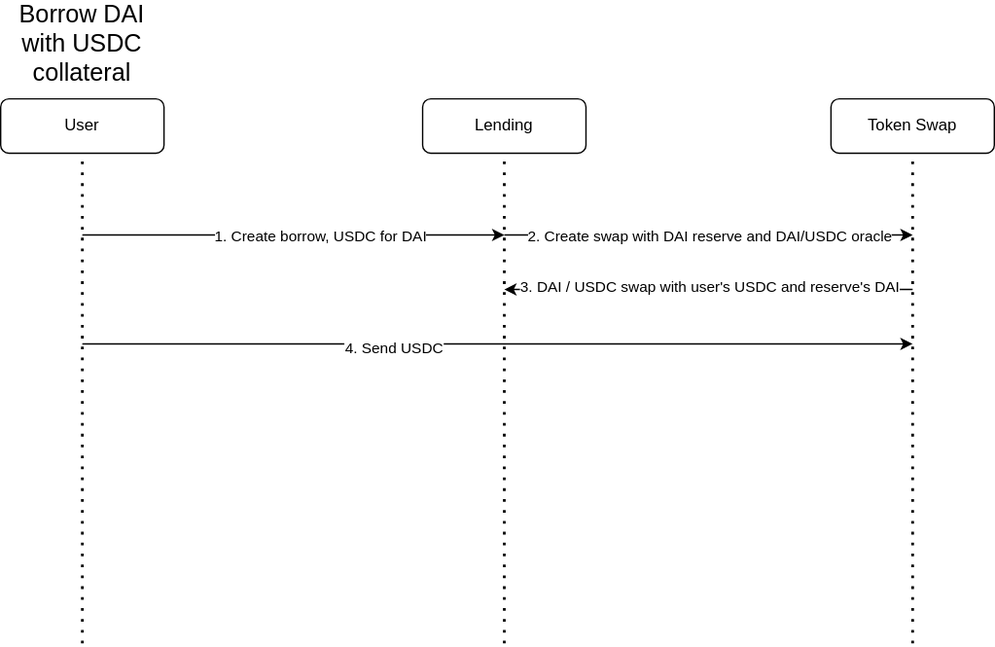
scoobaroo/solana-program-library keeps this draw.io diagram as token-lending/spl-lending.svg. Above is the earlier version. Source tidied: cells renumbered, new cells last; positions are measured from the earlier drawing's top-left corner, leaving out a move shared by most shapes.
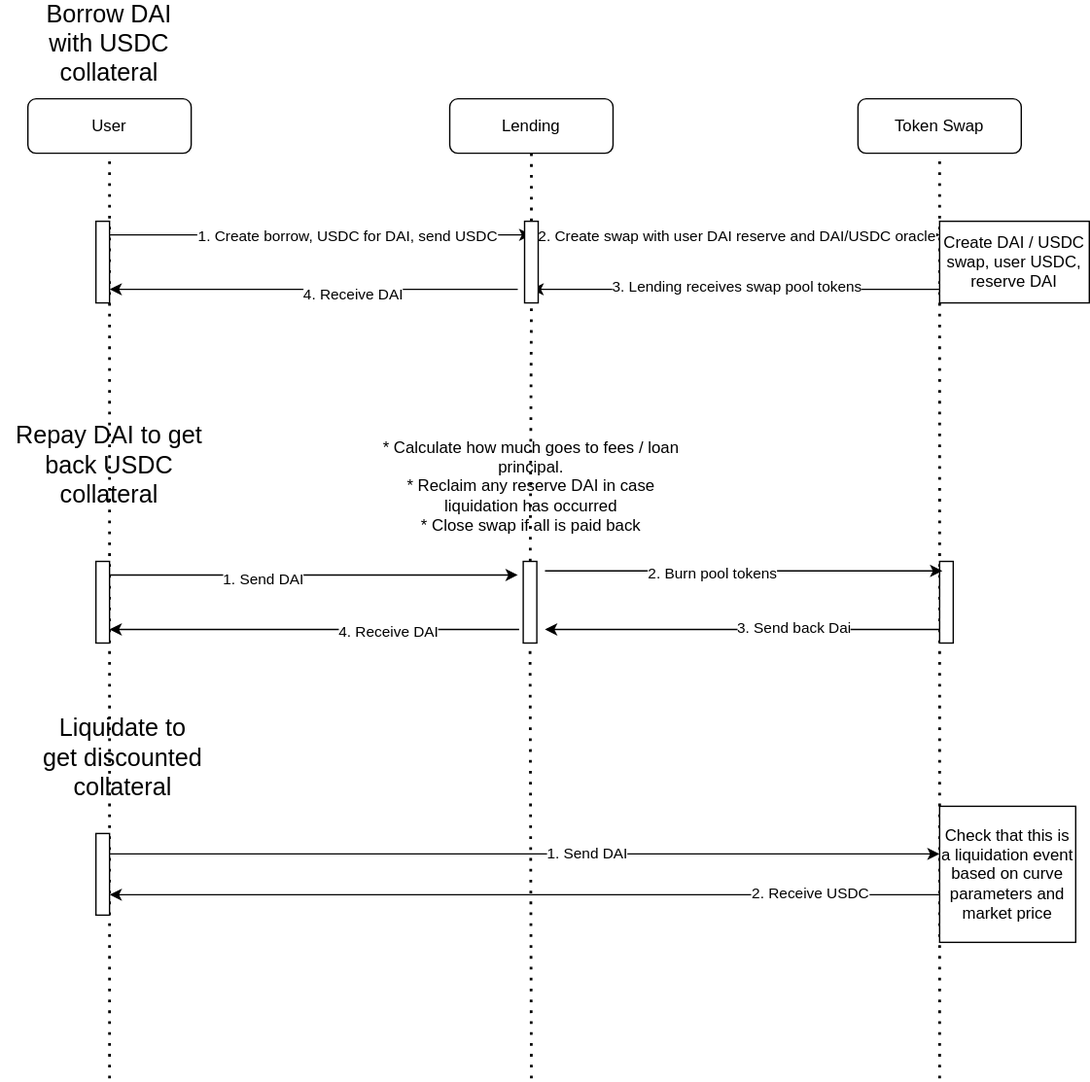
The same file after the commit.

Diff of the diagram source:
```diff
@@ -8,7 +8,7 @@
         <mxPoint x="370" y="160" as="targetPoint" />
       </mxGeometry>
     </mxCell>
-    <mxCell id="3" value="1. Create borrow, USDC for DAI" style="edgeLabel;html=1;align=center;verticalAlign=middle;" parent="2" vertex="1">
+    <mxCell id="3" value="1. Create borrow, USDC for DAI, send USDC" style="edgeLabel;html=1;align=center;verticalAlign=middle;" parent="2" vertex="1">
       <mxGeometry x="0.25" y="2" relative="1" as="geometry">
         <mxPoint x="-20" y="2" as="offset" />
       </mxGeometry>
@@ -31,18 +31,18 @@
         <mxPoint x="670" y="160" as="targetPoint" />
       </mxGeometry>
     </mxCell>
-    <mxCell id="9" value="2. Create swap with DAI reserve and DAI/USDC oracle " style="edgeLabel;html=1;align=center;verticalAlign=middle;" parent="8" vertex="1">
+    <mxCell id="9" value="2. Create swap with user DAI reserve and DAI/USDC oracle " style="edgeLabel;html=1;align=center;verticalAlign=middle;" parent="8" vertex="1">
       <mxGeometry x="-0.3" y="1" relative="1" as="geometry">
         <mxPoint x="45" y="1" as="offset" />
       </mxGeometry>
     </mxCell>
     <mxCell id="10" style="edgeStyle=orthogonalEdgeStyle;rounded=0;orthogonalLoop=1;jettySize=auto;html=1;" parent="1" edge="1">
       <mxGeometry relative="1" as="geometry">
-        <mxPoint x="60" y="240" as="sourcePoint" />
-        <mxPoint x="670" y="240" as="targetPoint" />
+        <mxPoint x="60" y="410" as="sourcePoint" />
+        <mxPoint x="360" y="410" as="targetPoint" />
       </mxGeometry>
     </mxCell>
-    <mxCell id="11" value="4. Send USDC" style="edgeLabel;html=1;align=center;verticalAlign=middle;" parent="10" vertex="1">
+    <mxCell id="11" value="1. Send DAI" style="edgeLabel;html=1;align=center;verticalAlign=middle;" parent="10" vertex="1">
       <mxGeometry x="-0.25" y="-2" relative="1" as="geometry" />
     </mxCell>
     <mxCell id="12" style="endArrow=classic;html=1;" parent="1" edge="1">
@@ -51,25 +51,116 @@
         <mxPoint x="370" y="200" as="targetPoint" />
       </mxGeometry>
     </mxCell>
-    <mxCell id="13" value="3. DAI / USDC swap with user's USDC and reserve's DAI" style="edgeLabel;html=1;align=center;verticalAlign=middle;" parent="12" vertex="1">
+    <mxCell id="13" value="3. Lending receives swap pool tokens" style="edgeLabel;html=1;align=center;verticalAlign=middle;" parent="12" vertex="1">
       <mxGeometry x="0.34" y="-3" relative="1" as="geometry">
         <mxPoint x="51" as="offset" />
       </mxGeometry>
     </mxCell>
     <mxCell id="14" style="endArrow=none;dashed=1;html=1;dashPattern=1 3;strokeWidth=2;entryX=0.5;entryY=1;entryDx=0;entryDy=0;" parent="1" edge="1" target="4">
       <mxGeometry relative="1" as="geometry">
-        <mxPoint x="60" y="460" as="sourcePoint" />
+        <mxPoint x="60" y="780" as="sourcePoint" />
       </mxGeometry>
     </mxCell>
-    <mxCell id="15" style="endArrow=none;dashed=1;html=1;dashPattern=1 3;strokeWidth=2;entryX=0.5;entryY=1;entryDx=0;entryDy=0;" parent="1" edge="1" target="5">
-      <mxGeometry relative="1" as="geometry">
-        <mxPoint x="370" y="460" as="sourcePoint" />
-      </mxGeometry>
+    <mxCell id="15" style="endArrow=none;dashed=1;html=1;dashPattern=1 3;strokeWidth=2;entryX=0.5;entryY=1;entryDx=0;entryDy=0;" parent="1" edge="1" source="24" target="5">
+      <mxGeometry relative="1" as="geometry" />
     </mxCell>
     <mxCell id="16" style="endArrow=none;dashed=1;html=1;dashPattern=1 3;strokeWidth=2;entryX=0.5;entryY=1;entryDx=0;entryDy=0;" parent="1" edge="1" target="6">
       <mxGeometry relative="1" as="geometry">
-        <mxPoint x="670" y="460" as="sourcePoint" />
+        <mxPoint x="670" y="780" as="sourcePoint" />
       </mxGeometry>
     </mxCell>
+    <mxCell id="17" style="endArrow=classic;html=1;" parent="1" edge="1">
+      <mxGeometry relative="1" as="geometry">
+        <mxPoint x="360" y="200" as="sourcePoint" />
+        <mxPoint x="60" y="200" as="targetPoint" />
+      </mxGeometry>
+    </mxCell>
+    <mxCell id="18" value="4. Receive DAI" style="edgeLabel;html=1;align=center;verticalAlign=middle;" parent="17" vertex="1">
+      <mxGeometry x="-0.19" y="3" relative="1" as="geometry" />
+    </mxCell>
+    <mxCell id="19" style="edgeStyle=orthogonalEdgeStyle;rounded=0;orthogonalLoop=1;jettySize=auto;html=1;" parent="1" edge="1">
+      <mxGeometry relative="1" as="geometry">
+        <mxPoint x="670" y="450" as="sourcePoint" />
+        <mxPoint x="380" y="450" as="targetPoint" />
+      </mxGeometry>
+    </mxCell>
+    <mxCell id="20" value="3. Send back Dai" style="edgeLabel;html=1;align=center;verticalAlign=middle;" parent="19" vertex="1">
+      <mxGeometry x="-0.25" y="-2" relative="1" as="geometry" />
+    </mxCell>
+    <mxCell id="21" style="rounded=0;whiteSpace=wrap;html=1;" parent="1" vertex="1">
+      <mxGeometry x="50" y="150" width="10" height="60" as="geometry" />
+    </mxCell>
+    <mxCell id="22" style="rounded=0;whiteSpace=wrap;html=1;" parent="1" vertex="1">
+      <mxGeometry x="50" y="400" width="10" height="60" as="geometry" />
+    </mxCell>
+    <mxCell id="23" value="Create DAI / USDC swap, user USDC, reserve DAI" style="rounded=0;whiteSpace=wrap;html=1;" parent="1" vertex="1">
+      <mxGeometry x="670" y="150" width="110" height="60" as="geometry" />
+    </mxCell>
+    <mxCell id="24" style="rounded=0;whiteSpace=wrap;html=1;" parent="1" vertex="1">
+      <mxGeometry x="365" y="150" width="10" height="60" as="geometry" />
+    </mxCell>
+    <mxCell id="25" style="endArrow=none;dashed=1;html=1;dashPattern=1 3;strokeWidth=2;entryX=0.5;entryY=1;entryDx=0;entryDy=0;" parent="1" edge="1" source="28" target="24">
+      <mxGeometry relative="1" as="geometry" />
+    </mxCell>
+    <mxCell id="26" style="rounded=0;whiteSpace=wrap;html=1;" parent="1" vertex="1">
+      <mxGeometry x="670" y="400" width="10" height="60" as="geometry" />
+    </mxCell>
+    <mxCell id="27" value="&lt;font style=&quot;font-size: 18px&quot;&gt;Repay DAI to get back USDC collateral&lt;br&gt;&lt;/font&gt;" style="text;html=1;strokeColor=none;fillColor=none;align=center;verticalAlign=middle;whiteSpace=wrap;rounded=0;" parent="1" vertex="1">
+      <mxGeometry x="-20" y="310" width="160" height="40" as="geometry" />
+    </mxCell>
+    <mxCell id="28" style="rounded=0;whiteSpace=wrap;html=1;" parent="1" vertex="1">
+      <mxGeometry x="364" y="400" width="10" height="60" as="geometry" />
+    </mxCell>
+    <mxCell id="29" style="endArrow=none;dashed=1;html=1;dashPattern=1 3;strokeWidth=2;entryX=0.5;entryY=1;entryDx=0;entryDy=0;" parent="1" edge="1" target="28">
+      <mxGeometry relative="1" as="geometry">
+        <mxPoint x="370" y="780" as="sourcePoint" />
+      </mxGeometry>
+    </mxCell>
+    <mxCell id="30" value="* Calculate how much goes to fees / loan principal.&lt;br&gt;* Reclaim any reserve DAI in case liquidation has occurred&lt;br&gt;* Close swap if all is paid back" style="text;html=1;strokeColor=none;fillColor=none;align=center;verticalAlign=middle;whiteSpace=wrap;rounded=0;" parent="1" vertex="1">
+      <mxGeometry x="260" y="300" width="220" height="90" as="geometry" />
+    </mxCell>
+    <mxCell id="31" style="endArrow=classic;html=1;entryX=0.2;entryY=0.117;entryDx=0;entryDy=0;entryPerimeter=0;" parent="1" edge="1" target="26">
+      <mxGeometry relative="1" as="geometry">
+        <mxPoint x="380" y="407" as="sourcePoint" />
+      </mxGeometry>
+    </mxCell>
+    <mxCell id="32" value="2. Burn pool tokens" style="edgeLabel;html=1;align=center;verticalAlign=middle;" parent="31" vertex="1">
+      <mxGeometry x="-0.16" y="-1" relative="1" as="geometry" />
+    </mxCell>
+    <mxCell id="33" style="endArrow=classic;html=1;" parent="1" edge="1">
+      <mxGeometry relative="1" as="geometry">
+        <mxPoint x="361" y="450" as="sourcePoint" />
+        <mxPoint x="60" y="450" as="targetPoint" />
+      </mxGeometry>
+    </mxCell>
+    <mxCell id="34" value="4. Receive DAI" style="edgeLabel;html=1;align=center;verticalAlign=middle;" parent="33" vertex="1">
+      <mxGeometry x="-0.36" y="1" relative="1" as="geometry" />
+    </mxCell>
+    <mxCell id="35" value="&lt;font style=&quot;font-size: 18px&quot;&gt;Liquidate to get discounted collateral&lt;br&gt;&lt;/font&gt;" style="text;html=1;strokeColor=none;fillColor=none;align=center;verticalAlign=middle;whiteSpace=wrap;rounded=0;" parent="1" vertex="1">
+      <mxGeometry x="10" y="525" width="120" height="40" as="geometry" />
+    </mxCell>
+    <mxCell id="36" style="rounded=0;whiteSpace=wrap;html=1;" parent="1" vertex="1">
+      <mxGeometry x="50" y="600" width="10" height="60" as="geometry" />
+    </mxCell>
+    <mxCell id="37" style="endArrow=classic;html=1;" parent="1" edge="1">
+      <mxGeometry relative="1" as="geometry">
+        <mxPoint x="60" y="615" as="sourcePoint" />
+        <mxPoint x="670" y="615" as="targetPoint" />
+      </mxGeometry>
+    </mxCell>
+    <mxCell id="38" value="1. Send DAI" style="edgeLabel;html=1;align=center;verticalAlign=middle;" parent="37" vertex="1">
+      <mxGeometry x="0.15" y="1" relative="1" as="geometry" />
+    </mxCell>
+    <mxCell id="39" style="endArrow=classic;html=1;entryX=1;entryY=0.75;entryDx=0;entryDy=0;" parent="1" edge="1" target="36">
+      <mxGeometry relative="1" as="geometry">
+        <mxPoint x="670" y="645" as="sourcePoint" />
+      </mxGeometry>
+    </mxCell>
+    <mxCell id="40" value="2. Receive USDC" style="edgeLabel;html=1;align=center;verticalAlign=middle;" parent="39" vertex="1">
+      <mxGeometry x="-0.69" y="-2" relative="1" as="geometry" />
+    </mxCell>
+    <mxCell id="41" value="Check that this is a liquidation event based on curve parameters and market price" style="rounded=0;whiteSpace=wrap;html=1;" parent="1" vertex="1">
+      <mxGeometry x="670" y="580" width="100" height="100" as="geometry" />
+    </mxCell>
   </root>
 </mxGraphModel>
```
